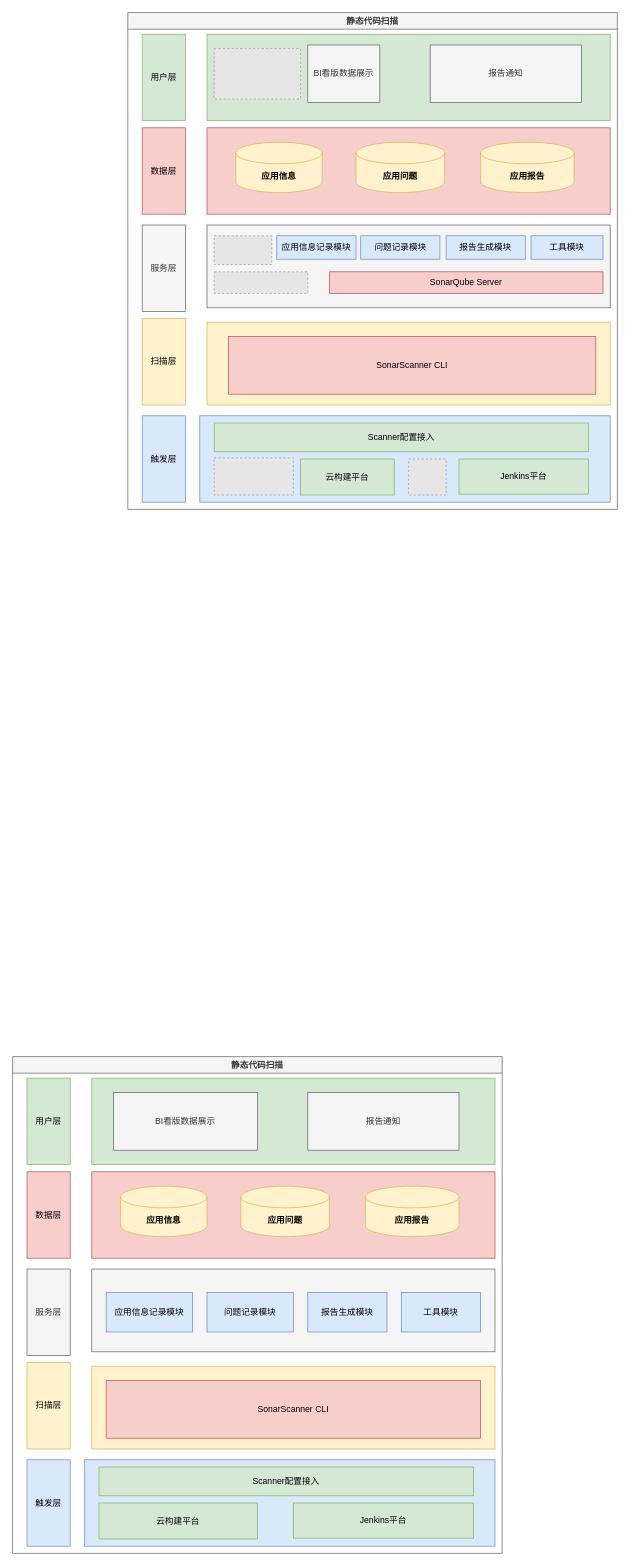
dongjinmin-710/my-darwio keeps this draw.io diagram as 好未来/静态代码扫描/代码扫描-架构图.drawio. Above is the earlier version. Source tidied: cells renumbered, new cells numbered last; positions are measured from the earlier drawing's top-left corner, leaving out a move shared by most shapes. Both pictures are drawn from the tidied source at 72%, with x=0, y=0 at pixel (12, 12). Pictures stored in the file or linked from it are replaced by grey dashed boxes.
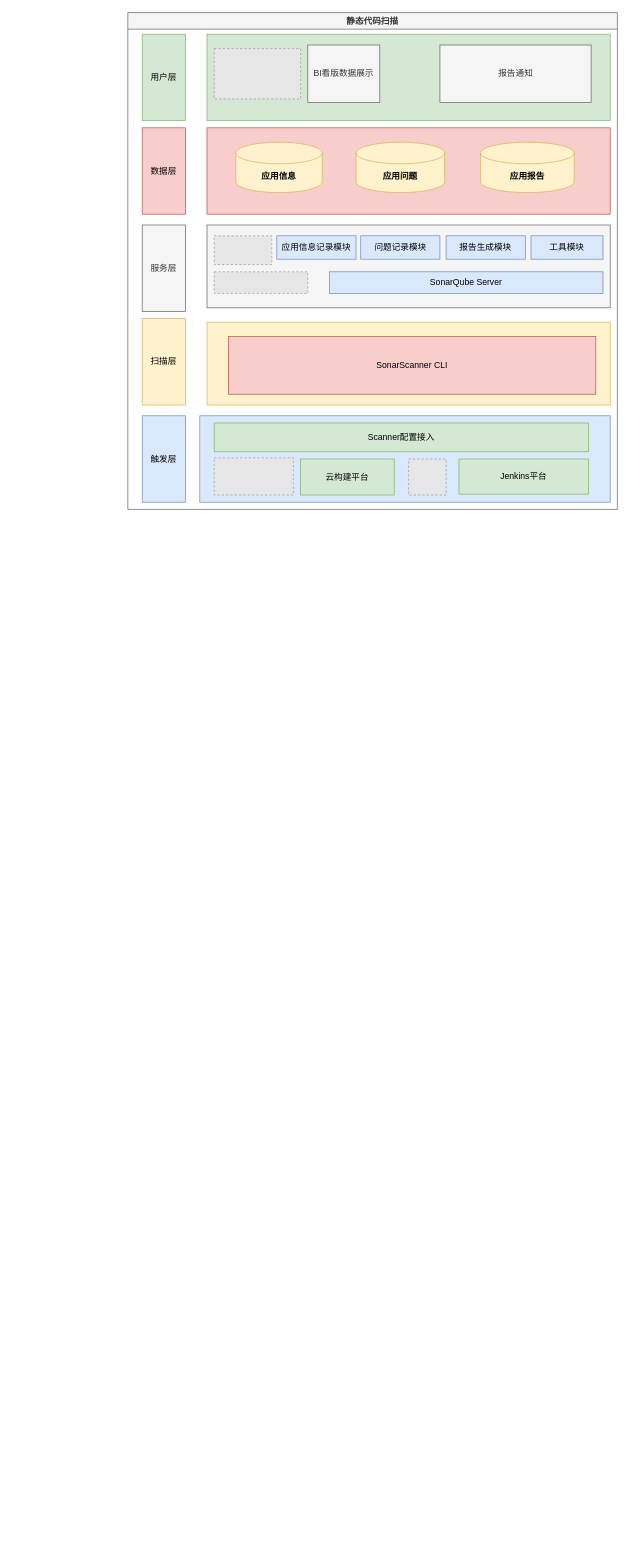
The same diagram, later.

Commit message:
更新代码扫描-架构图.drawio

The change refers to these unchanged cells:
```xml
<mxCell id="2" value="静态代码扫描" style="swimlane;fillColor=#f5f5f5;strokeColor=#666666;fontColor=#333333;" parent="1" vertex="1">
  <mxGeometry x="160" width="680" height="690" as="geometry" />
</mxCell>
```

Diff of the diagram source:
```diff
@@
-    <mxCell id="14" value="SonarQube Server" style="rounded=0;whiteSpace=wrap;html=1;fillColor=#f8cecc;strokeColor=#b85450;" parent="2" vertex="1">
+    <mxCell id="14" value="SonarQube Server" style="rounded=0;whiteSpace=wrap;html=1;fillColor=#dae8fc;strokeColor=#6c8ebf;" parent="2" vertex="1">
       <mxGeometry x="280" y="360" width="380" height="30" as="geometry" />
     </mxCell>
@@
     <mxCell id="26" value="报告通知" style="rounded=0;whiteSpace=wrap;html=1;fillColor=#f5f5f5;fontColor=#333333;strokeColor=#666666;" parent="2" vertex="1">
-      <mxGeometry x="420" y="45" width="210" height="80" as="geometry" />
+      <mxGeometry x="433.5" y="45" width="210" height="80" as="geometry" />
     </mxCell>
@@
-    <mxCell id="32" value="静态代码扫描" style="swimlane;fillColor=#f5f5f5;strokeColor=#666666;fontColor=#333333;" parent="1" vertex="1">
-      <mxGeometry y="1450" width="680" height="690" as="geometry" />
-    </mxCell>
-    <mxCell id="33" style="rounded=0;whiteSpace=wrap;html=1;fillColor=#dae8fc;strokeColor=#6c8ebf;" parent="32" vertex="1">
-      <mxGeometry x="100" y="560" width="570" height="120" as="geometry" />
-    </mxCell>
-    <mxCell id="34" value="触发层" style="whiteSpace=wrap;html=1;fillColor=#dae8fc;strokeColor=#6c8ebf;" parent="32" vertex="1">
-      <mxGeometry x="20" y="560" width="60" height="120" as="geometry" />
-    </mxCell>
-    <mxCell id="35" value="服务层" style="whiteSpace=wrap;html=1;fillColor=#f5f5f5;fontColor=#333333;strokeColor=#666666;" parent="32" vertex="1">
-      <mxGeometry x="20" y="295" width="60" height="120" as="geometry" />
-    </mxCell>
-    <mxCell id="36" value="扫描层" style="whiteSpace=wrap;html=1;fillColor=#fff2cc;strokeColor=#d6b656;" parent="32" vertex="1">
-      <mxGeometry x="20" y="425" width="60" height="120" as="geometry" />
-    </mxCell>
-    <mxCell id="37" value="数据层" style="whiteSpace=wrap;html=1;fillColor=#f8cecc;strokeColor=#b85450;" parent="32" vertex="1">
-      <mxGeometry x="20" y="160" width="60" height="120" as="geometry" />
-    </mxCell>
-    <mxCell id="38" value="用户层" style="whiteSpace=wrap;html=1;fillColor=#d5e8d4;strokeColor=#82b366;" parent="32" vertex="1">
-      <mxGeometry x="20" y="30" width="60" height="120" as="geometry" />
-    </mxCell>
-    <mxCell id="39" style="rounded=0;whiteSpace=wrap;html=1;fillColor=#d5e8d4;strokeColor=#82b366;" parent="32" vertex="1">
-      <mxGeometry x="110" y="30" width="560" height="120" as="geometry" />
-    </mxCell>
-    <mxCell id="40" value="&lt;span style=&quot;text-wrap-mode: nowrap;&quot;&gt;云构建平台&lt;/span&gt;" style="rounded=0;whiteSpace=wrap;html=1;fillColor=#d5e8d4;strokeColor=#82b366;" parent="32" vertex="1">
-      <mxGeometry x="120" y="620" width="220" height="50" as="geometry" />
-    </mxCell>
-    <mxCell id="41" style="rounded=0;whiteSpace=wrap;html=1;fillColor=#fff2cc;strokeColor=#d6b656;" parent="32" vertex="1">
-      <mxGeometry x="110" y="430" width="560" height="115" as="geometry" />
-    </mxCell>
-    <mxCell id="42" value="SonarScanner CLI" style="rounded=0;whiteSpace=wrap;html=1;fillColor=#f8cecc;strokeColor=#b85450;" parent="32" vertex="1">
-      <mxGeometry x="130" y="450" width="520" height="80" as="geometry" />
-    </mxCell>
-    <mxCell id="43" style="rounded=0;whiteSpace=wrap;html=1;fillColor=#f5f5f5;fontColor=#333333;strokeColor=#666666;" parent="32" vertex="1">
-      <mxGeometry x="110" y="295" width="560" height="115" as="geometry" />
-    </mxCell>
-    <mxCell id="44" style="rounded=0;whiteSpace=wrap;html=1;fillColor=#f8cecc;strokeColor=#b85450;" parent="32" vertex="1">
-      <mxGeometry x="110" y="160" width="560" height="120" as="geometry" />
-    </mxCell>
-    <mxCell id="45" value="&lt;div style=&quot;orphans: 4;&quot;&gt;应用信息记录模块&lt;/div&gt;" style="rounded=0;whiteSpace=wrap;html=1;fillColor=#dae8fc;strokeColor=#6c8ebf;" parent="32" vertex="1">
-      <mxGeometry x="130" y="327.5" width="120" height="55" as="geometry" />
-    </mxCell>
-    <mxCell id="46" value="问题记录模块" style="rounded=0;whiteSpace=wrap;html=1;fillColor=#dae8fc;strokeColor=#6c8ebf;" parent="32" vertex="1">
-      <mxGeometry x="270" y="327.5" width="120" height="55" as="geometry" />
-    </mxCell>
-    <mxCell id="47" value="报告生成模块" style="rounded=0;whiteSpace=wrap;html=1;fillColor=#dae8fc;strokeColor=#6c8ebf;" parent="32" vertex="1">
-      <mxGeometry x="410" y="327.5" width="110" height="55" as="geometry" />
-    </mxCell>
-    <mxCell id="48" value="工具模块" style="rounded=0;whiteSpace=wrap;html=1;fillColor=#dae8fc;strokeColor=#6c8ebf;" parent="32" vertex="1">
-      <mxGeometry x="540" y="327.5" width="110" height="55" as="geometry" />
-    </mxCell>
-    <mxCell id="49" value="Jenkins平台" style="rounded=0;whiteSpace=wrap;html=1;fillColor=#d5e8d4;strokeColor=#82b366;" parent="32" vertex="1">
-      <mxGeometry x="390" y="620" width="250" height="48.8" as="geometry" />
-    </mxCell>
-    <mxCell id="50" value="应用信息" style="shape=cylinder3;whiteSpace=wrap;html=1;boundedLbl=1;backgroundOutline=1;size=15;fillColor=#fff2cc;strokeColor=#d6b656;fontStyle=1;" parent="32" vertex="1">
-      <mxGeometry x="150" y="180" width="120" height="70" as="geometry" />
-    </mxCell>
-    <mxCell id="51" value="应用问题" style="shape=cylinder3;whiteSpace=wrap;html=1;boundedLbl=1;backgroundOutline=1;size=15;fillColor=#fff2cc;strokeColor=#d6b656;fontStyle=1;" parent="32" vertex="1">
-      <mxGeometry x="317" y="180" width="123" height="70" as="geometry" />
-    </mxCell>
-    <mxCell id="52" value="应用报告" style="shape=cylinder3;whiteSpace=wrap;html=1;boundedLbl=1;backgroundOutline=1;size=15;fillColor=#fff2cc;strokeColor=#d6b656;fontStyle=1;" parent="32" vertex="1">
-      <mxGeometry x="490" y="180" width="130" height="70" as="geometry" />
-    </mxCell>
-    <mxCell id="53" value="&lt;span style=&quot;text-wrap-mode: nowrap;&quot;&gt;Scanner配置接入&lt;/span&gt;" style="rounded=0;whiteSpace=wrap;html=1;fillColor=#d5e8d4;strokeColor=#82b366;" parent="32" vertex="1">
-      <mxGeometry x="120" y="570" width="520" height="40" as="geometry" />
-    </mxCell>
-    <mxCell id="54" value="BI看版数据展示" style="rounded=0;whiteSpace=wrap;html=1;fillColor=#f5f5f5;fontColor=#333333;strokeColor=#666666;" parent="32" vertex="1">
-      <mxGeometry x="140" y="50" width="200" height="80" as="geometry" />
-    </mxCell>
-    <mxCell id="55" value="报告通知" style="rounded=0;whiteSpace=wrap;html=1;fillColor=#f5f5f5;fontColor=#333333;strokeColor=#666666;" parent="32" vertex="1">
-      <mxGeometry x="410" y="50" width="210" height="80" as="geometry" />
-    </mxCell>
```
